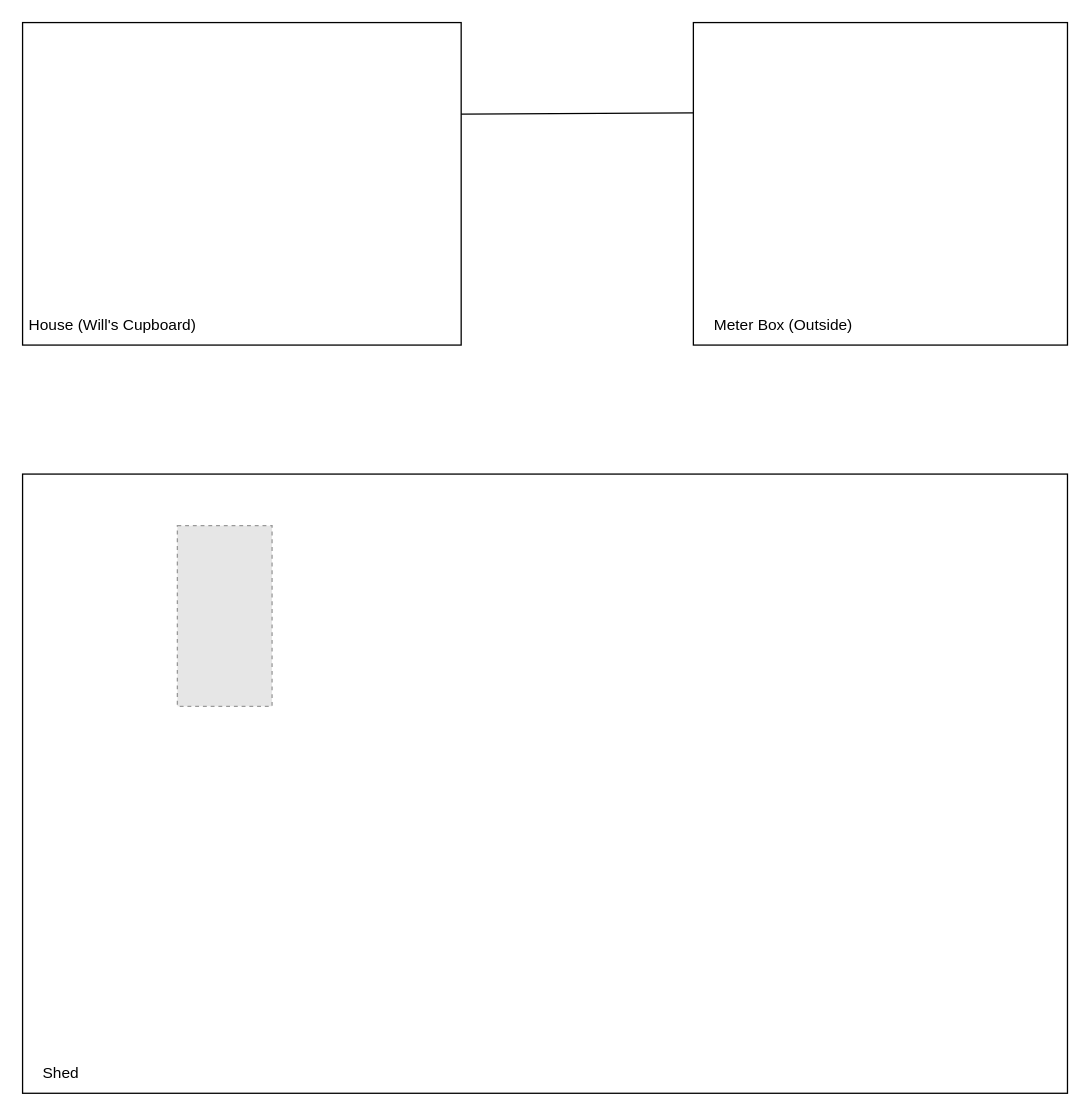
Earlier version of the draw.io diagram AC Diagram Wood Road.drawio (wluke/diagrams). Source tidied: cells renumbered, new cells numbered last; positions are measured from the earlier drawing's top-left corner, leaving out a move shared by most shapes. Both pictures are drawn from the tidied source at 129%, with x=0, y=0 at pixel (22, 22). Pictures stored in the file or linked from it are replaced by grey dashed boxes.
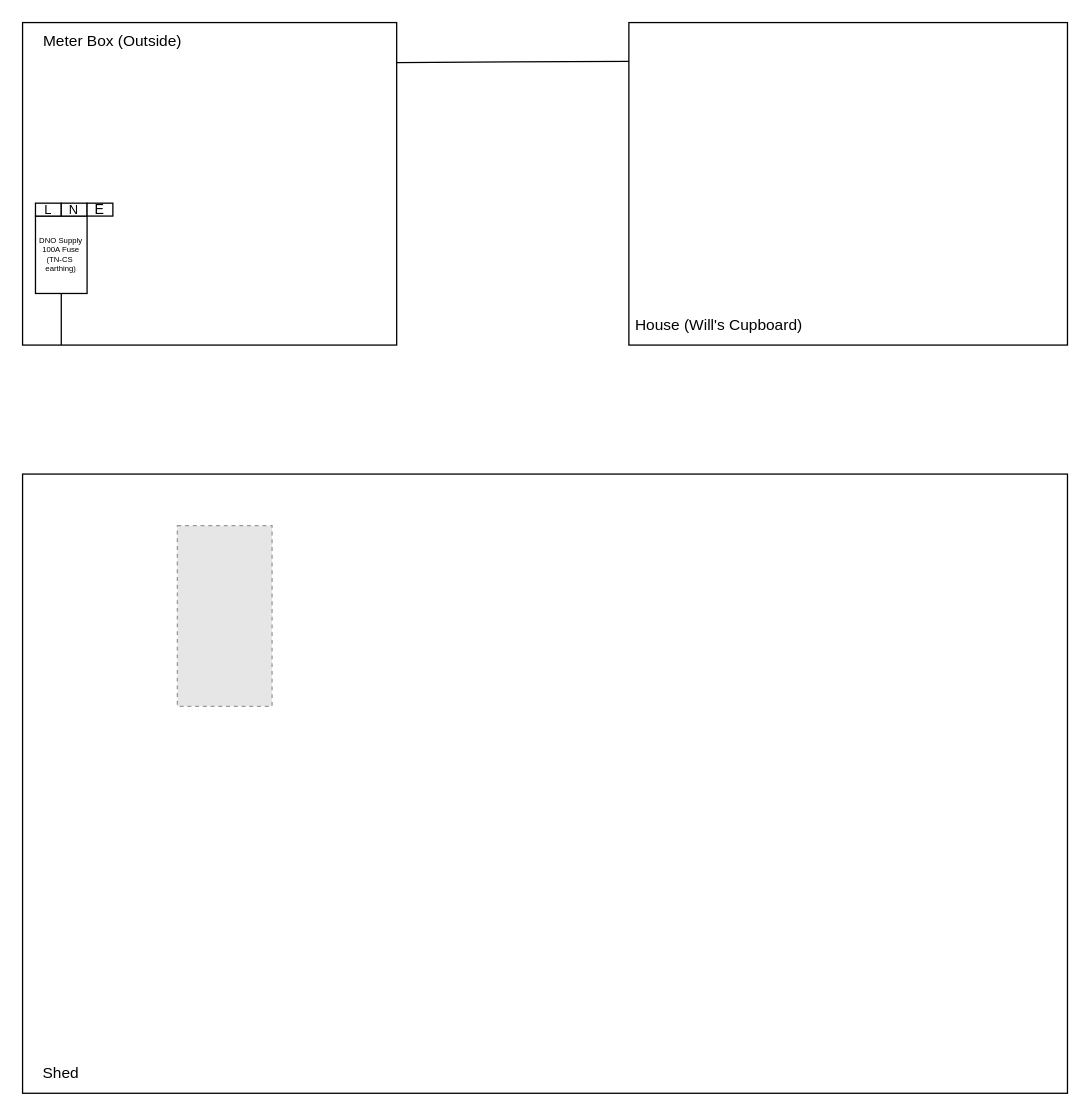
The same diagram, later.

What changed in the source:
```diff
@@
 <mxGraphModel>
   <root>
     <mxCell id="0" />
     <mxCell id="1" parent="0" />
     <mxCell id="2" style="rounded=0;whiteSpace=wrap;html=1;fillColor=none;" parent="1" vertex="1">
       <mxGeometry y="350" width="810" height="480" as="geometry" />
     </mxCell>
     <mxCell id="3" style="fillColor=#E6E6E6;strokeColor=#999999;dashed=1;verticalLabelPosition=bottom;verticalAlign=top;" parent="1" vertex="1">
       <mxGeometry x="120" y="390" width="73.4" height="140" as="geometry" />
     </mxCell>
     <mxCell id="4" value="Shed" style="text;strokeColor=none;align=center;fillColor=none;html=1;verticalAlign=middle;whiteSpace=wrap;rounded=0;" parent="1" vertex="1">
       <mxGeometry y="800" width="60" height="30" as="geometry" />
     </mxCell>
     <mxCell id="5" style="rounded=0;whiteSpace=wrap;html=1;fillColor=none;" parent="1" vertex="1">
-      <mxGeometry width="340" height="250" as="geometry" />
+      <mxGeometry x="470" width="340" height="250" as="geometry" />
     </mxCell>
     <mxCell id="6" value="House (Will's Cupboard)" style="text;strokeColor=none;align=center;fillColor=none;html=1;verticalAlign=middle;whiteSpace=wrap;rounded=0;" parent="1" vertex="1">
-      <mxGeometry y="220" width="140" height="30" as="geometry" />
+      <mxGeometry x="470" y="220" width="140" height="30" as="geometry" />
     </mxCell>
     <mxCell id="7" style="rounded=0;whiteSpace=wrap;html=1;fillColor=none;" parent="1" vertex="1">
-      <mxGeometry x="520" width="290" height="250" as="geometry" />
+      <mxGeometry width="290" height="250" as="geometry" />
     </mxCell>
     <mxCell id="8" value="Meter Box (Outside)" style="text;strokeColor=none;align=center;fillColor=none;html=1;verticalAlign=middle;whiteSpace=wrap;rounded=0;" parent="1" vertex="1">
-      <mxGeometry x="520" y="220" width="140" height="30" as="geometry" />
+      <mxGeometry width="140" height="30" as="geometry" />
     </mxCell>
     <mxCell id="9" style="endArrow=none;html=1;rounded=0;" parent="1" edge="1">
       <mxGeometry relative="1" as="geometry">
-        <mxPoint x="340" y="71" as="sourcePoint" />
-        <mxPoint x="520" y="70" as="targetPoint" />
+        <mxPoint x="290" y="31" as="sourcePoint" />
+        <mxPoint x="470" y="30" as="targetPoint" />
       </mxGeometry>
     </mxCell>
+    <mxCell id="10" value="DNO Supply 100A Fuse (TN-CS&amp;nbsp;&lt;div&gt;earthing)&lt;/div&gt;" style="rounded=0;whiteSpace=wrap;html=1;fontSize=6;" parent="1" vertex="1">
+      <mxGeometry x="10" y="150" width="40" height="60" as="geometry" />
+    </mxCell>
+    <mxCell id="11" style="endArrow=none;html=1;rounded=0;" parent="1" edge="1">
+      <mxGeometry relative="1" as="geometry">
+        <mxPoint x="30" y="250" as="sourcePoint" />
+        <mxPoint x="30" y="210" as="targetPoint" />
+        <Array as="points">
+          <mxPoint x="30" y="210" />
+        </Array>
+      </mxGeometry>
+    </mxCell>
+    <mxCell id="12" value="L" style="rounded=0;whiteSpace=wrap;html=1;fontSize=10;" parent="1" vertex="1">
+      <mxGeometry x="10" y="140" width="20" height="10" as="geometry" />
+    </mxCell>
+    <mxCell id="13" value="N" style="rounded=0;whiteSpace=wrap;html=1;fontSize=10;" parent="1" vertex="1">
+      <mxGeometry x="30" y="140" width="20" height="10" as="geometry" />
+    </mxCell>
+    <mxCell id="14" value="E" style="rounded=0;whiteSpace=wrap;html=1;fontSize=11;" parent="1" vertex="1">
+      <mxGeometry x="50" y="140" width="20" height="10" as="geometry" />
+    </mxCell>
   </root>
 </mxGraphModel>
```
